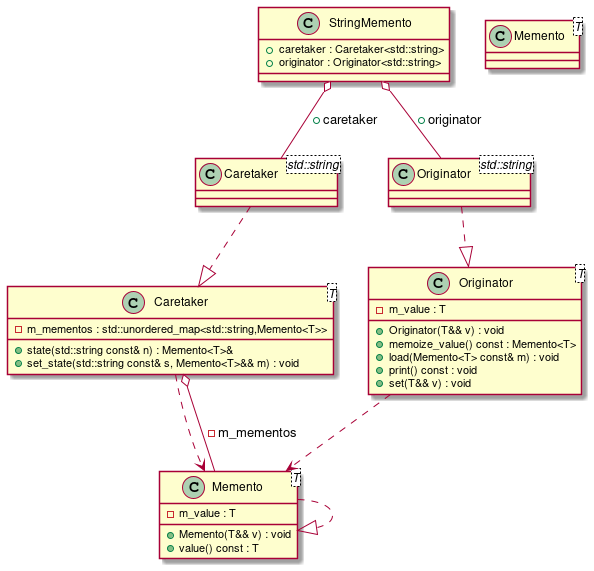
Earlier version of the PlantUML export docs/test_cases/t00026_class.png (bkryza/clang-uml).
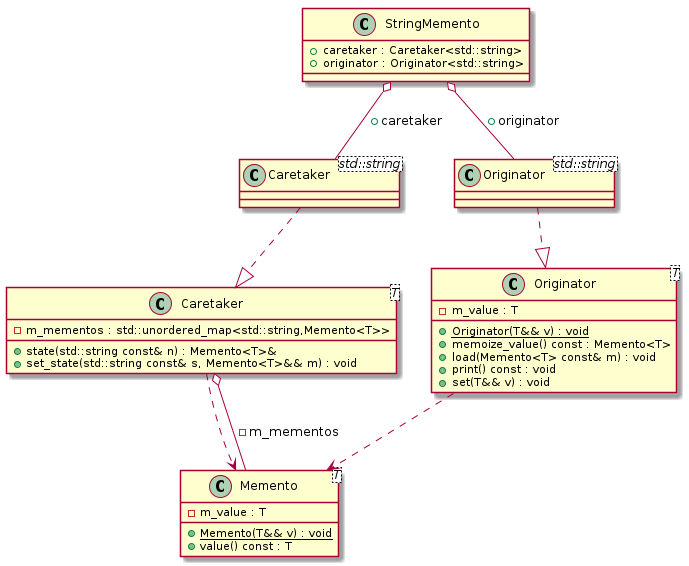
The same file after the commit.

The edit, as a diff of the source:
```diff
@@ -1,7 +1,5 @@
 @startuml
 class "Memento<T>" as C_0000000393
-
-class "Memento<T>" as C_0000000396
 
 class "Originator<T>" as C_0000000395
 
@@ -14,17 +12,13 @@
 class "StringMemento" as C_0000000407
 
 class C_0000000393 {
-+Memento(T&& v) : void
+{static} +Memento(T&& v) : void
 +value() const : T
 -m_value : T
 }
 
-class C_0000000396 {
-}
-C_0000000393 ..|> C_0000000393
-
 class C_0000000395 {
-+Originator(T&& v) : void
+{static} +Originator(T&& v) : void
 +memoize_value() const : Memento<T>
 +load(Memento<T> const& m) : void
 +print() const : void
```
